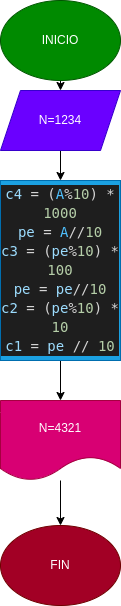
Before: diagrama.png, a diagram exported from draw.io (pasecolra/invertir_numero_4digitos). Source tidied: cells renumbered, new cells last; positions are measured from the earlier drawing's top-left corner, leaving out a move shared by most shapes.
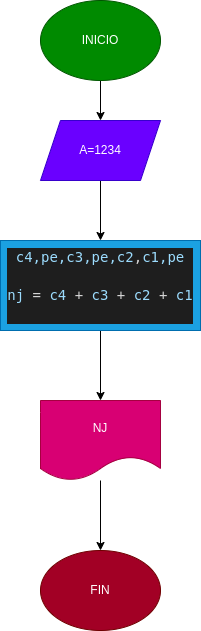
The same file after the commit.

Commit message:
se agrega diagrama de flujo

What changed in the source:
```diff
@@ -11,8 +11,8 @@
     <mxCell id="4" style="edgeStyle=none;html=1;" parent="1" edge="1" source="5" target="8">
       <mxGeometry relative="1" as="geometry" />
     </mxCell>
-    <mxCell id="5" value="N=1234" style="shape=parallelogram;perimeter=parallelogramPerimeter;whiteSpace=wrap;html=1;fixedSize=1;fillColor=#6a00ff;fontColor=#ffffff;strokeColor=#3700CC;" parent="1" vertex="1">
-      <mxGeometry y="90" width="120" height="60" as="geometry" />
+    <mxCell id="5" value="A=1234" style="shape=parallelogram;perimeter=parallelogramPerimeter;whiteSpace=wrap;html=1;fixedSize=1;fillColor=#6a00ff;fontColor=#ffffff;strokeColor=#3700CC;" parent="1" vertex="1">
+      <mxGeometry y="120" width="120" height="60" as="geometry" />
     </mxCell>
     <mxCell id="6" style="edgeStyle=none;html=1;" parent="1" edge="1" source="8" target="10">
       <mxGeometry relative="1" as="geometry" />
@@ -23,17 +23,17 @@
         <mxPoint x="60" y="360" as="targetPoint" />
       </mxGeometry>
     </mxCell>
-    <mxCell id="8" value="&lt;div style=&quot;color: rgb(212, 212, 212); background-color: rgb(30, 30, 30); font-family: &amp;quot;Droid Sans Mono&amp;quot;, &amp;quot;monospace&amp;quot;, monospace; font-size: 14px; line-height: 19px;&quot;&gt;&lt;div&gt;&lt;span style=&quot;color: #9cdcfe;&quot;&gt;c4&lt;/span&gt; = (&lt;span style=&quot;color: #4fc1ff;&quot;&gt;A&lt;/span&gt;%&lt;span style=&quot;color: #b5cea8;&quot;&gt;10&lt;/span&gt;) * &lt;span style=&quot;color: #b5cea8;&quot;&gt;1000&lt;/span&gt;&lt;/div&gt;&lt;div&gt;&lt;span style=&quot;color: #9cdcfe;&quot;&gt;pe&lt;/span&gt; = &lt;span style=&quot;color: #4fc1ff;&quot;&gt;A&lt;/span&gt;//&lt;span style=&quot;color: #b5cea8;&quot;&gt;10&lt;/span&gt;&lt;/div&gt;&lt;div&gt;&lt;span style=&quot;color: #9cdcfe;&quot;&gt;c3&lt;/span&gt; = (&lt;span style=&quot;color: #9cdcfe;&quot;&gt;pe&lt;/span&gt;%&lt;span style=&quot;color: #b5cea8;&quot;&gt;10&lt;/span&gt;) * &lt;span style=&quot;color: #b5cea8;&quot;&gt;100&lt;/span&gt;&lt;/div&gt;&lt;div&gt;&lt;span style=&quot;color: #9cdcfe;&quot;&gt;pe&lt;/span&gt; = &lt;span style=&quot;color: #9cdcfe;&quot;&gt;pe&lt;/span&gt;//&lt;span style=&quot;color: #b5cea8;&quot;&gt;10&lt;/span&gt;&lt;/div&gt;&lt;div&gt;&lt;span style=&quot;color: #9cdcfe;&quot;&gt;c2&lt;/span&gt; = (&lt;span style=&quot;color: #9cdcfe;&quot;&gt;pe&lt;/span&gt;%&lt;span style=&quot;color: #b5cea8;&quot;&gt;10&lt;/span&gt;) * &lt;span style=&quot;color: #b5cea8;&quot;&gt;10&lt;/span&gt;&lt;/div&gt;&lt;div&gt;&lt;span style=&quot;color: #9cdcfe;&quot;&gt;c1&lt;/span&gt; = &lt;span style=&quot;color: #9cdcfe;&quot;&gt;pe&lt;/span&gt; // &lt;span style=&quot;color: #b5cea8;&quot;&gt;10&lt;/span&gt;&lt;/div&gt;&lt;/div&gt;" style="rounded=0;whiteSpace=wrap;html=1;fillColor=#1ba1e2;fontColor=#ffffff;strokeColor=#006EAF;" parent="1" vertex="1">
-      <mxGeometry y="180" width="120" height="180" as="geometry" />
+    <mxCell id="8" value="&lt;div style=&quot;background-color: rgb(30, 30, 30); font-family: &amp;quot;Droid Sans Mono&amp;quot;, &amp;quot;monospace&amp;quot;, monospace; font-size: 14px; line-height: 19px;&quot;&gt;&lt;div style=&quot;line-height: 19px;&quot;&gt;&lt;div style=&quot;color: rgb(212, 212, 212);&quot;&gt;&lt;span style=&quot;color: #9cdcfe;&quot;&gt;c4,&lt;/span&gt;&lt;span style=&quot;color: rgb(156, 220, 254);&quot;&gt;pe,&lt;/span&gt;&lt;span style=&quot;color: rgb(156, 220, 254);&quot;&gt;c3,&lt;/span&gt;&lt;span style=&quot;color: rgb(156, 220, 254);&quot;&gt;pe,&lt;/span&gt;&lt;span style=&quot;color: rgb(156, 220, 254);&quot;&gt;c2&lt;/span&gt;&lt;font color=&quot;#d4d4d4&quot;&gt;,&lt;/font&gt;&lt;span style=&quot;color: rgb(156, 220, 254);&quot;&gt;c1,&lt;/span&gt;&lt;span style=&quot;color: rgb(156, 220, 254);&quot;&gt;pe&lt;/span&gt;&lt;/div&gt;&lt;br&gt;&lt;div style=&quot;color: rgb(212, 212, 212);&quot;&gt;&lt;span style=&quot;color: #9cdcfe;&quot;&gt;nj&lt;/span&gt; = &lt;span style=&quot;color: #9cdcfe;&quot;&gt;c4&lt;/span&gt; + &lt;span style=&quot;color: #9cdcfe;&quot;&gt;c3&lt;/span&gt; + &lt;span style=&quot;color: #9cdcfe;&quot;&gt;c2&lt;/span&gt; + &lt;span style=&quot;color: #9cdcfe;&quot;&gt;c1&lt;/span&gt;&lt;/div&gt;&lt;br&gt;&lt;/div&gt;&lt;/div&gt;" style="rounded=0;whiteSpace=wrap;html=1;fillColor=#1ba1e2;fontColor=#ffffff;strokeColor=#006EAF;" parent="1" vertex="1">
+      <mxGeometry x="-40" y="240" width="200" height="90" as="geometry" />
     </mxCell>
     <mxCell id="9" style="edgeStyle=none;html=1;" parent="1" edge="1" source="10" target="11">
       <mxGeometry relative="1" as="geometry" />
     </mxCell>
-    <mxCell id="10" value="N=4321" style="shape=document;whiteSpace=wrap;html=1;boundedLbl=1;fillColor=#d80073;fontColor=#ffffff;strokeColor=#A50040;" parent="1" vertex="1">
+    <mxCell id="10" value="NJ" style="shape=document;whiteSpace=wrap;html=1;boundedLbl=1;fillColor=#d80073;fontColor=#ffffff;strokeColor=#A50040;" parent="1" vertex="1">
       <mxGeometry y="400" width="120" height="80" as="geometry" />
     </mxCell>
     <mxCell id="11" value="FIN" style="ellipse;whiteSpace=wrap;html=1;fillColor=#a20025;fontColor=#ffffff;strokeColor=#6F0000;" parent="1" vertex="1">
-      <mxGeometry y="525" width="120" height="80" as="geometry" />
+      <mxGeometry y="550" width="120" height="80" as="geometry" />
     </mxCell>
   </root>
 </mxGraphModel>
```
